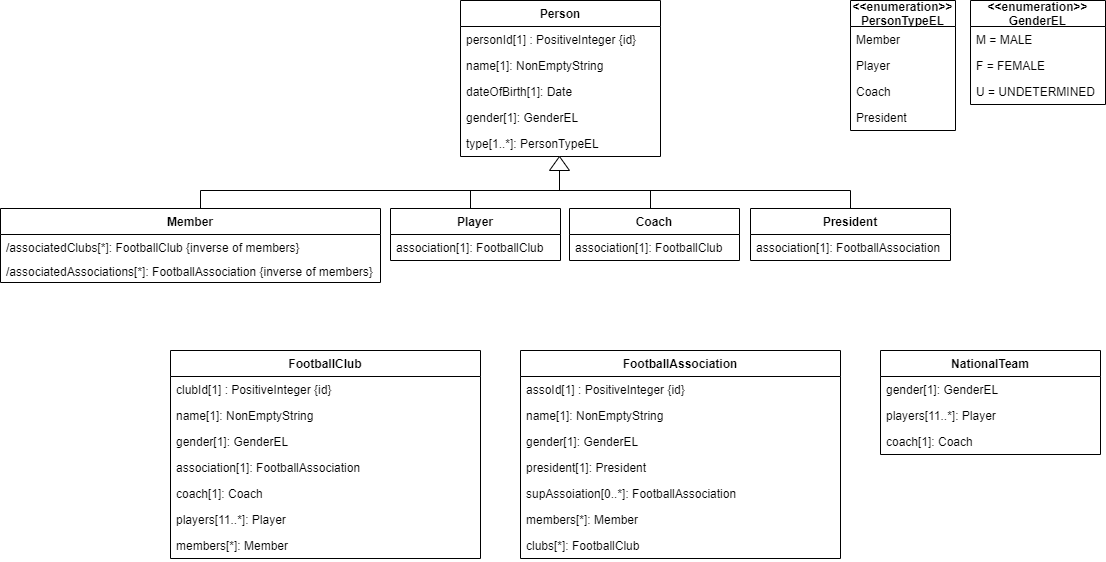
Before: design_model.png, a diagram exported from draw.io (Bergmann97/DFB_Webapp). Source tidied: cells renumbered, new cells last; positions are measured from the earlier drawing's top-left corner, leaving out a move shared by most shapes. Its diagram source:
```xml
<mxGraphModel>
  <root>
    <mxCell id="0" />
    <mxCell id="1" parent="0" />
    <mxCell id="2" value="Person" style="swimlane;fontStyle=1;horizontal=1;startSize=26;" parent="1" vertex="1">
      <mxGeometry x="460" width="200" height="156" as="geometry" />
    </mxCell>
    <mxCell id="3" value="personId[1] : PositiveInteger {id}" style="text;strokeColor=none;fillColor=none;align=left;verticalAlign=top;spacingLeft=4;spacingRight=4;overflow=hidden;" parent="2" vertex="1">
      <mxGeometry y="26" width="200" height="26" as="geometry" />
    </mxCell>
    <mxCell id="4" value="name[1]: NonEmptyString" style="text;strokeColor=none;fillColor=none;align=left;verticalAlign=top;spacingLeft=4;spacingRight=4;overflow=hidden;" parent="2" vertex="1">
      <mxGeometry y="52" width="200" height="26" as="geometry" />
    </mxCell>
    <mxCell id="5" value="dateOfBirth[1]: Date" style="text;strokeColor=none;fillColor=none;align=left;verticalAlign=top;spacingLeft=4;spacingRight=4;overflow=hidden;" parent="2" vertex="1">
      <mxGeometry y="78" width="200" height="26" as="geometry" />
    </mxCell>
    <mxCell id="6" value="gender[1]: GenderEL" style="text;strokeColor=none;fillColor=none;align=left;verticalAlign=top;spacingLeft=4;spacingRight=4;overflow=hidden;" parent="2" vertex="1">
      <mxGeometry y="104" width="200" height="26" as="geometry" />
    </mxCell>
    <mxCell id="7" value="type[1..*]: PersonTypeEL" style="text;strokeColor=none;fillColor=none;align=left;verticalAlign=top;spacingLeft=4;spacingRight=4;overflow=hidden;" parent="2" vertex="1">
      <mxGeometry y="130" width="200" height="26" as="geometry" />
    </mxCell>
    <mxCell id="8" value="Player" style="swimlane;fontStyle=1;horizontal=1;startSize=26;" parent="1" vertex="1">
      <mxGeometry x="390" y="208" width="170" height="52" as="geometry" />
    </mxCell>
    <mxCell id="9" value="association[1]: FootballClub" style="text;strokeColor=none;fillColor=none;align=left;verticalAlign=top;spacingLeft=4;spacingRight=4;overflow=hidden;" parent="8" vertex="1">
      <mxGeometry y="26" width="170" height="26" as="geometry" />
    </mxCell>
    <mxCell id="10" value="Member" style="swimlane;fontStyle=1;horizontal=1;startSize=26;" parent="1" vertex="1">
      <mxGeometry y="208" width="380" height="74" as="geometry" />
    </mxCell>
    <mxCell id="11" value="/associatedClubs[*]: FootballClub {inverse of members}" style="text;strokeColor=none;fillColor=none;align=left;verticalAlign=top;spacingLeft=4;spacingRight=4;overflow=hidden;" parent="10" vertex="1">
      <mxGeometry y="26" width="380" height="24" as="geometry" />
    </mxCell>
    <mxCell id="12" value="/associatedAssociations[*]: FootballAssociation {inverse of members}" style="text;strokeColor=none;fillColor=none;align=left;verticalAlign=top;spacingLeft=4;spacingRight=4;overflow=hidden;" parent="10" vertex="1">
      <mxGeometry y="50" width="380" height="24" as="geometry" />
    </mxCell>
    <mxCell id="13" value="&lt;&lt;enumeration&gt;&gt;&#10;GenderEL" style="swimlane;fontStyle=1;horizontal=1;startSize=26;" parent="1" vertex="1">
      <mxGeometry x="970" width="135" height="104" as="geometry" />
    </mxCell>
    <mxCell id="14" value="M = MALE" style="text;strokeColor=none;fillColor=none;align=left;verticalAlign=top;spacingLeft=4;spacingRight=4;overflow=hidden;" parent="13" vertex="1">
      <mxGeometry y="26" width="135" height="26" as="geometry" />
    </mxCell>
    <mxCell id="15" value="F = FEMALE" style="text;strokeColor=none;fillColor=none;align=left;verticalAlign=top;spacingLeft=4;spacingRight=4;overflow=hidden;" parent="13" vertex="1">
      <mxGeometry y="52" width="135" height="26" as="geometry" />
    </mxCell>
    <mxCell id="16" value="U = UNDETERMINED" style="text;strokeColor=none;fillColor=none;align=left;verticalAlign=top;spacingLeft=4;spacingRight=4;overflow=hidden;" parent="13" vertex="1">
      <mxGeometry y="78" width="135" height="26" as="geometry" />
    </mxCell>
    <mxCell id="17" value="&lt;&lt;enumeration&gt;&gt;&#10;PersonTypeEL" style="swimlane;fontStyle=1;horizontal=1;startSize=26;" parent="1" vertex="1">
      <mxGeometry x="850" width="105" height="130" as="geometry" />
    </mxCell>
    <mxCell id="18" value="Member" style="text;strokeColor=none;fillColor=none;align=left;verticalAlign=top;spacingLeft=4;spacingRight=4;overflow=hidden;" parent="17" vertex="1">
      <mxGeometry y="26" width="105" height="26" as="geometry" />
    </mxCell>
    <mxCell id="19" value="Player" style="text;strokeColor=none;fillColor=none;align=left;verticalAlign=top;spacingLeft=4;spacingRight=4;overflow=hidden;" parent="17" vertex="1">
      <mxGeometry y="52" width="105" height="26" as="geometry" />
    </mxCell>
    <mxCell id="20" value="Coach" style="text;strokeColor=none;fillColor=none;align=left;verticalAlign=top;spacingLeft=4;spacingRight=4;overflow=hidden;" parent="17" vertex="1">
      <mxGeometry y="78" width="105" height="26" as="geometry" />
    </mxCell>
    <mxCell id="21" value="President" style="text;strokeColor=none;fillColor=none;align=left;verticalAlign=top;spacingLeft=4;spacingRight=4;overflow=hidden;" parent="17" vertex="1">
      <mxGeometry y="104" width="105" height="26" as="geometry" />
    </mxCell>
    <mxCell id="22" value="Coach" style="swimlane;fontStyle=1;horizontal=1;startSize=26;" parent="1" vertex="1">
      <mxGeometry x="569" y="208" width="170" height="52" as="geometry" />
    </mxCell>
    <mxCell id="23" value="association[1]: FootballClub" style="text;strokeColor=none;fillColor=none;align=left;verticalAlign=top;spacingLeft=4;spacingRight=4;overflow=hidden;" parent="22" vertex="1">
      <mxGeometry y="26" width="170" height="26" as="geometry" />
    </mxCell>
    <mxCell id="24" value="President" style="swimlane;fontStyle=1;horizontal=1;startSize=26;" parent="1" vertex="1">
      <mxGeometry x="750" y="208" width="200" height="52" as="geometry" />
    </mxCell>
    <mxCell id="25" value="association[1]: FootballAssociation" style="text;strokeColor=none;fillColor=none;align=left;verticalAlign=top;spacingLeft=4;spacingRight=4;overflow=hidden;" parent="24" vertex="1">
      <mxGeometry y="26" width="200" height="26" as="geometry" />
    </mxCell>
    <mxCell id="26" style="strokeWidth=1;html=1;shape=mxgraph.flowchart.annotation_1;align=left;direction=south;" parent="1" vertex="1">
      <mxGeometry x="200" y="190" width="650" height="18" as="geometry" />
    </mxCell>
    <mxCell id="27" style="shape=partialRectangle;whiteSpace=wrap;html=1;bottom=0;top=0;fillColor=none;strokeWidth=1;" parent="1" vertex="1">
      <mxGeometry x="470" y="190" width="180" height="18" as="geometry" />
    </mxCell>
    <mxCell id="28" style="triangle;whiteSpace=wrap;html=1;strokeWidth=1;direction=north;" parent="1" vertex="1">
      <mxGeometry x="549" y="156" width="20" height="14" as="geometry" />
    </mxCell>
    <mxCell id="29" style="endArrow=none;html=1;" parent="1" edge="1">
      <mxGeometry relative="1" as="geometry">
        <mxPoint x="559" y="190" as="sourcePoint" />
        <mxPoint x="559" y="170" as="targetPoint" />
      </mxGeometry>
    </mxCell>
    <mxCell id="30" value="FootballClub" style="swimlane;fontStyle=1;horizontal=1;startSize=26;strokeWidth=1;" parent="1" vertex="1">
      <mxGeometry x="170" y="350" width="310" height="208" as="geometry" />
    </mxCell>
    <mxCell id="31" value="clubId[1] : PositiveInteger {id}" style="text;strokeColor=none;fillColor=none;align=left;verticalAlign=top;spacingLeft=4;spacingRight=4;overflow=hidden;" parent="30" vertex="1">
      <mxGeometry y="26" width="310" height="26" as="geometry" />
    </mxCell>
    <mxCell id="32" value="name[1]: NonEmptyString" style="text;strokeColor=none;fillColor=none;align=left;verticalAlign=top;spacingLeft=4;spacingRight=4;overflow=hidden;" parent="30" vertex="1">
      <mxGeometry y="52" width="310" height="26" as="geometry" />
    </mxCell>
    <mxCell id="33" value="gender[1]: GenderEL" style="text;strokeColor=none;fillColor=none;align=left;verticalAlign=top;spacingLeft=4;spacingRight=4;overflow=hidden;" parent="30" vertex="1">
      <mxGeometry y="78" width="310" height="26" as="geometry" />
    </mxCell>
    <mxCell id="34" value="association[1]: FootballAssociation" style="text;strokeColor=none;fillColor=none;align=left;verticalAlign=top;spacingLeft=4;spacingRight=4;overflow=hidden;" parent="30" vertex="1">
      <mxGeometry y="104" width="310" height="26" as="geometry" />
    </mxCell>
    <mxCell id="35" value="coach[1]: Coach" style="text;strokeColor=none;fillColor=none;align=left;verticalAlign=top;spacingLeft=4;spacingRight=4;overflow=hidden;" parent="30" vertex="1">
      <mxGeometry y="130" width="310" height="26" as="geometry" />
    </mxCell>
    <mxCell id="36" value="players[11..*]: Player" style="text;strokeColor=none;fillColor=none;align=left;verticalAlign=top;spacingLeft=4;spacingRight=4;overflow=hidden;" parent="30" vertex="1">
      <mxGeometry y="156" width="310" height="26" as="geometry" />
    </mxCell>
    <mxCell id="37" value="members[*]: Member" style="text;strokeColor=none;fillColor=none;align=left;verticalAlign=top;spacingLeft=4;spacingRight=4;overflow=hidden;" parent="30" vertex="1">
      <mxGeometry y="182" width="310" height="26" as="geometry" />
    </mxCell>
    <mxCell id="38" value="FootballAssociation" style="swimlane;fontStyle=1;horizontal=1;startSize=26;strokeWidth=1;" parent="1" vertex="1">
      <mxGeometry x="520" y="350" width="320" height="208" as="geometry" />
    </mxCell>
    <mxCell id="39" value="assoId[1] : PositiveInteger {id}" style="text;strokeColor=none;fillColor=none;align=left;verticalAlign=top;spacingLeft=4;spacingRight=4;overflow=hidden;" parent="38" vertex="1">
      <mxGeometry y="26" width="320" height="26" as="geometry" />
    </mxCell>
    <mxCell id="40" value="name[1]: NonEmptyString" style="text;strokeColor=none;fillColor=none;align=left;verticalAlign=top;spacingLeft=4;spacingRight=4;overflow=hidden;" parent="38" vertex="1">
      <mxGeometry y="52" width="320" height="26" as="geometry" />
    </mxCell>
    <mxCell id="41" value="gender[1]: GenderEL" style="text;strokeColor=none;fillColor=none;align=left;verticalAlign=top;spacingLeft=4;spacingRight=4;overflow=hidden;" parent="38" vertex="1">
      <mxGeometry y="78" width="320" height="26" as="geometry" />
    </mxCell>
    <mxCell id="42" value="president[1]: President" style="text;strokeColor=none;fillColor=none;align=left;verticalAlign=top;spacingLeft=4;spacingRight=4;overflow=hidden;" parent="38" vertex="1">
      <mxGeometry y="104" width="320" height="26" as="geometry" />
    </mxCell>
    <mxCell id="43" value="supAssoiation[0..*]: FootballAssociation" style="text;strokeColor=none;fillColor=none;align=left;verticalAlign=top;spacingLeft=4;spacingRight=4;overflow=hidden;" parent="38" vertex="1">
      <mxGeometry y="130" width="320" height="26" as="geometry" />
    </mxCell>
    <mxCell id="44" value="members[*]: Member" style="text;strokeColor=none;fillColor=none;align=left;verticalAlign=top;spacingLeft=4;spacingRight=4;overflow=hidden;" parent="38" vertex="1">
      <mxGeometry y="156" width="320" height="26" as="geometry" />
    </mxCell>
    <mxCell id="45" value="clubs[*]: FootballClub" style="text;strokeColor=none;fillColor=none;align=left;verticalAlign=top;spacingLeft=4;spacingRight=4;overflow=hidden;" parent="38" vertex="1">
      <mxGeometry y="182" width="320" height="26" as="geometry" />
    </mxCell>
    <mxCell id="46" value="NationalTeam" style="swimlane;fontStyle=1;horizontal=1;startSize=26;strokeWidth=1;" parent="1" vertex="1">
      <mxGeometry x="880" y="350" width="220" height="104" as="geometry" />
    </mxCell>
    <mxCell id="47" value="gender[1]: GenderEL" style="text;strokeColor=none;fillColor=none;align=left;verticalAlign=top;spacingLeft=4;spacingRight=4;overflow=hidden;" parent="46" vertex="1">
      <mxGeometry y="26" width="220" height="26" as="geometry" />
    </mxCell>
    <mxCell id="48" value="players[11..*]: Player" style="text;strokeColor=none;fillColor=none;align=left;verticalAlign=top;spacingLeft=4;spacingRight=4;overflow=hidden;" parent="46" vertex="1">
      <mxGeometry y="52" width="220" height="26" as="geometry" />
    </mxCell>
    <mxCell id="49" value="coach[1]: Coach" style="text;strokeColor=none;fillColor=none;align=left;verticalAlign=top;spacingLeft=4;spacingRight=4;overflow=hidden;" parent="46" vertex="1">
      <mxGeometry y="78" width="220" height="26" as="geometry" />
    </mxCell>
  </root>
</mxGraphModel>
```
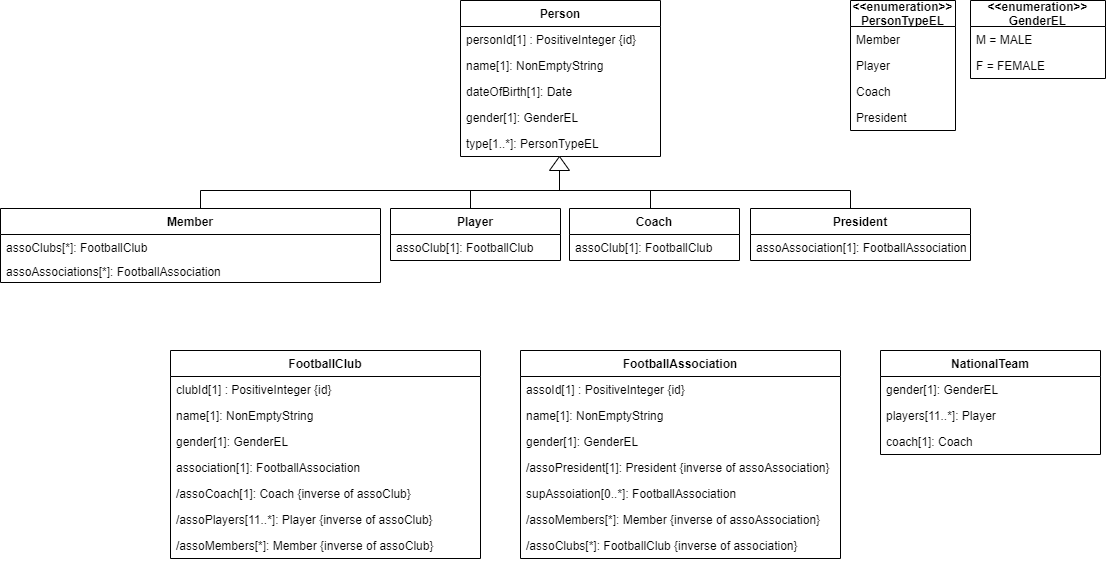
After the commit.

The edit, as a diff of the source:
```diff
@@ -23,20 +23,20 @@
     <mxCell id="8" value="Player" style="swimlane;fontStyle=1;horizontal=1;startSize=26;" parent="1" vertex="1">
       <mxGeometry x="390" y="208" width="170" height="52" as="geometry" />
     </mxCell>
-    <mxCell id="9" value="association[1]: FootballClub" style="text;strokeColor=none;fillColor=none;align=left;verticalAlign=top;spacingLeft=4;spacingRight=4;overflow=hidden;" parent="8" vertex="1">
+    <mxCell id="9" value="assoClub[1]: FootballClub" style="text;strokeColor=none;fillColor=none;align=left;verticalAlign=top;spacingLeft=4;spacingRight=4;overflow=hidden;" parent="8" vertex="1">
       <mxGeometry y="26" width="170" height="26" as="geometry" />
     </mxCell>
     <mxCell id="10" value="Member" style="swimlane;fontStyle=1;horizontal=1;startSize=26;" parent="1" vertex="1">
       <mxGeometry y="208" width="380" height="74" as="geometry" />
     </mxCell>
-    <mxCell id="11" value="/associatedClubs[*]: FootballClub {inverse of members}" style="text;strokeColor=none;fillColor=none;align=left;verticalAlign=top;spacingLeft=4;spacingRight=4;overflow=hidden;" parent="10" vertex="1">
+    <mxCell id="11" value="assoClubs[*]: FootballClub" style="text;strokeColor=none;fillColor=none;align=left;verticalAlign=top;spacingLeft=4;spacingRight=4;overflow=hidden;" parent="10" vertex="1">
       <mxGeometry y="26" width="380" height="24" as="geometry" />
     </mxCell>
-    <mxCell id="12" value="/associatedAssociations[*]: FootballAssociation {inverse of members}" style="text;strokeColor=none;fillColor=none;align=left;verticalAlign=top;spacingLeft=4;spacingRight=4;overflow=hidden;" parent="10" vertex="1">
+    <mxCell id="12" value="assoAssociations[*]: FootballAssociation" style="text;strokeColor=none;fillColor=none;align=left;verticalAlign=top;spacingLeft=4;spacingRight=4;overflow=hidden;" parent="10" vertex="1">
       <mxGeometry y="50" width="380" height="24" as="geometry" />
     </mxCell>
     <mxCell id="13" value="&lt;&lt;enumeration&gt;&gt;&#10;GenderEL" style="swimlane;fontStyle=1;horizontal=1;startSize=26;" parent="1" vertex="1">
-      <mxGeometry x="970" width="135" height="104" as="geometry" />
+      <mxGeometry x="970" width="135" height="78" as="geometry" />
     </mxCell>
     <mxCell id="14" value="M = MALE" style="text;strokeColor=none;fillColor=none;align=left;verticalAlign=top;spacingLeft=4;spacingRight=4;overflow=hidden;" parent="13" vertex="1">
       <mxGeometry y="26" width="135" height="26" as="geometry" />
@@ -44,9 +44,6 @@
     <mxCell id="15" value="F = FEMALE" style="text;strokeColor=none;fillColor=none;align=left;verticalAlign=top;spacingLeft=4;spacingRight=4;overflow=hidden;" parent="13" vertex="1">
       <mxGeometry y="52" width="135" height="26" as="geometry" />
     </mxCell>
-    <mxCell id="16" value="U = UNDETERMINED" style="text;strokeColor=none;fillColor=none;align=left;verticalAlign=top;spacingLeft=4;spacingRight=4;overflow=hidden;" parent="13" vertex="1">
-      <mxGeometry y="78" width="135" height="26" as="geometry" />
-    </mxCell>
     <mxCell id="17" value="&lt;&lt;enumeration&gt;&gt;&#10;PersonTypeEL" style="swimlane;fontStyle=1;horizontal=1;startSize=26;" parent="1" vertex="1">
       <mxGeometry x="850" width="105" height="130" as="geometry" />
     </mxCell>
@@ -65,14 +62,14 @@
     <mxCell id="22" value="Coach" style="swimlane;fontStyle=1;horizontal=1;startSize=26;" parent="1" vertex="1">
       <mxGeometry x="569" y="208" width="170" height="52" as="geometry" />
     </mxCell>
-    <mxCell id="23" value="association[1]: FootballClub" style="text;strokeColor=none;fillColor=none;align=left;verticalAlign=top;spacingLeft=4;spacingRight=4;overflow=hidden;" parent="22" vertex="1">
+    <mxCell id="23" value="assoClub[1]: FootballClub" style="text;strokeColor=none;fillColor=none;align=left;verticalAlign=top;spacingLeft=4;spacingRight=4;overflow=hidden;" parent="22" vertex="1">
       <mxGeometry y="26" width="170" height="26" as="geometry" />
     </mxCell>
     <mxCell id="24" value="President" style="swimlane;fontStyle=1;horizontal=1;startSize=26;" parent="1" vertex="1">
-      <mxGeometry x="750" y="208" width="200" height="52" as="geometry" />
+      <mxGeometry x="750" y="208" width="220" height="52" as="geometry" />
     </mxCell>
-    <mxCell id="25" value="association[1]: FootballAssociation" style="text;strokeColor=none;fillColor=none;align=left;verticalAlign=top;spacingLeft=4;spacingRight=4;overflow=hidden;" parent="24" vertex="1">
-      <mxGeometry y="26" width="200" height="26" as="geometry" />
+    <mxCell id="25" value="assoAssociation[1]: FootballAssociation" style="text;strokeColor=none;fillColor=none;align=left;verticalAlign=top;spacingLeft=4;spacingRight=4;overflow=hidden;" parent="24" vertex="1">
+      <mxGeometry y="26" width="220" height="26" as="geometry" />
     </mxCell>
     <mxCell id="26" style="strokeWidth=1;html=1;shape=mxgraph.flowchart.annotation_1;align=left;direction=south;" parent="1" vertex="1">
       <mxGeometry x="200" y="190" width="650" height="18" as="geometry" />
@@ -104,13 +101,13 @@
     <mxCell id="34" value="association[1]: FootballAssociation" style="text;strokeColor=none;fillColor=none;align=left;verticalAlign=top;spacingLeft=4;spacingRight=4;overflow=hidden;" parent="30" vertex="1">
       <mxGeometry y="104" width="310" height="26" as="geometry" />
     </mxCell>
-    <mxCell id="35" value="coach[1]: Coach" style="text;strokeColor=none;fillColor=none;align=left;verticalAlign=top;spacingLeft=4;spacingRight=4;overflow=hidden;" parent="30" vertex="1">
+    <mxCell id="35" value="/assoCoach[1]: Coach {inverse of assoClub}" style="text;strokeColor=none;fillColor=none;align=left;verticalAlign=top;spacingLeft=4;spacingRight=4;overflow=hidden;" parent="30" vertex="1">
       <mxGeometry y="130" width="310" height="26" as="geometry" />
     </mxCell>
-    <mxCell id="36" value="players[11..*]: Player" style="text;strokeColor=none;fillColor=none;align=left;verticalAlign=top;spacingLeft=4;spacingRight=4;overflow=hidden;" parent="30" vertex="1">
+    <mxCell id="36" value="/assoPlayers[11..*]: Player {inverse of assoClub}" style="text;strokeColor=none;fillColor=none;align=left;verticalAlign=top;spacingLeft=4;spacingRight=4;overflow=hidden;" parent="30" vertex="1">
       <mxGeometry y="156" width="310" height="26" as="geometry" />
     </mxCell>
-    <mxCell id="37" value="members[*]: Member" style="text;strokeColor=none;fillColor=none;align=left;verticalAlign=top;spacingLeft=4;spacingRight=4;overflow=hidden;" parent="30" vertex="1">
+    <mxCell id="37" value="/assoMembers[*]: Member {inverse of assoClub}" style="text;strokeColor=none;fillColor=none;align=left;verticalAlign=top;spacingLeft=4;spacingRight=4;overflow=hidden;" parent="30" vertex="1">
       <mxGeometry y="182" width="310" height="26" as="geometry" />
     </mxCell>
     <mxCell id="38" value="FootballAssociation" style="swimlane;fontStyle=1;horizontal=1;startSize=26;strokeWidth=1;" parent="1" vertex="1">
@@ -125,16 +122,16 @@
     <mxCell id="41" value="gender[1]: GenderEL" style="text;strokeColor=none;fillColor=none;align=left;verticalAlign=top;spacingLeft=4;spacingRight=4;overflow=hidden;" parent="38" vertex="1">
       <mxGeometry y="78" width="320" height="26" as="geometry" />
     </mxCell>
-    <mxCell id="42" value="president[1]: President" style="text;strokeColor=none;fillColor=none;align=left;verticalAlign=top;spacingLeft=4;spacingRight=4;overflow=hidden;" parent="38" vertex="1">
+    <mxCell id="42" value="/assoPresident[1]: President {inverse of assoAssociation}" style="text;strokeColor=none;fillColor=none;align=left;verticalAlign=top;spacingLeft=4;spacingRight=4;overflow=hidden;" parent="38" vertex="1">
       <mxGeometry y="104" width="320" height="26" as="geometry" />
     </mxCell>
     <mxCell id="43" value="supAssoiation[0..*]: FootballAssociation" style="text;strokeColor=none;fillColor=none;align=left;verticalAlign=top;spacingLeft=4;spacingRight=4;overflow=hidden;" parent="38" vertex="1">
       <mxGeometry y="130" width="320" height="26" as="geometry" />
     </mxCell>
-    <mxCell id="44" value="members[*]: Member" style="text;strokeColor=none;fillColor=none;align=left;verticalAlign=top;spacingLeft=4;spacingRight=4;overflow=hidden;" parent="38" vertex="1">
+    <mxCell id="44" value="/assoMembers[*]: Member {inverse of assoAssociation}" style="text;strokeColor=none;fillColor=none;align=left;verticalAlign=top;spacingLeft=4;spacingRight=4;overflow=hidden;" parent="38" vertex="1">
       <mxGeometry y="156" width="320" height="26" as="geometry" />
     </mxCell>
-    <mxCell id="45" value="clubs[*]: FootballClub" style="text;strokeColor=none;fillColor=none;align=left;verticalAlign=top;spacingLeft=4;spacingRight=4;overflow=hidden;" parent="38" vertex="1">
+    <mxCell id="45" value="/assoClubs[*]: FootballClub {inverse of association}" style="text;strokeColor=none;fillColor=none;align=left;verticalAlign=top;spacingLeft=4;spacingRight=4;overflow=hidden;" parent="38" vertex="1">
       <mxGeometry y="182" width="320" height="26" as="geometry" />
     </mxCell>
     <mxCell id="46" value="NationalTeam" style="swimlane;fontStyle=1;horizontal=1;startSize=26;strokeWidth=1;" parent="1" vertex="1">
```
